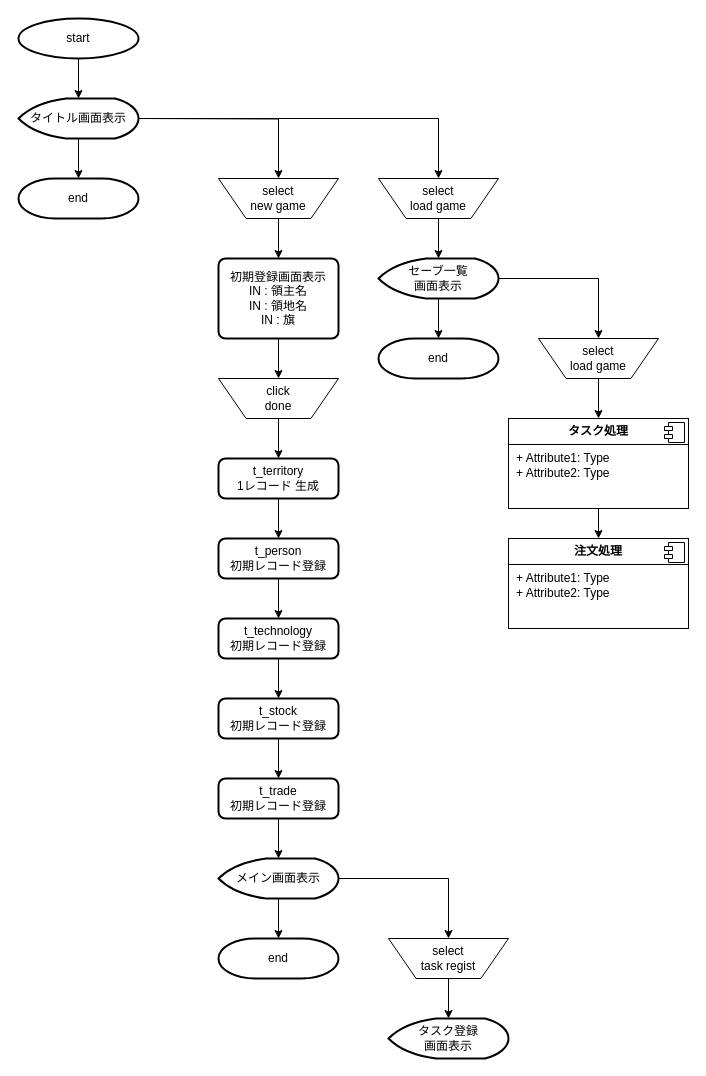
The draw.io diagram page "フローチャート" (2 of 4) of table.drawio in T-Miyaoka/geeklog, before the edit. Source tidied: cells renumbered, new cells numbered last; positions are measured from the earlier drawing's top-left corner, leaving out a move shared by most shapes. Both pictures are drawn from the tidied source at 100%, with x=0, y=0 at pixel (18, 18).
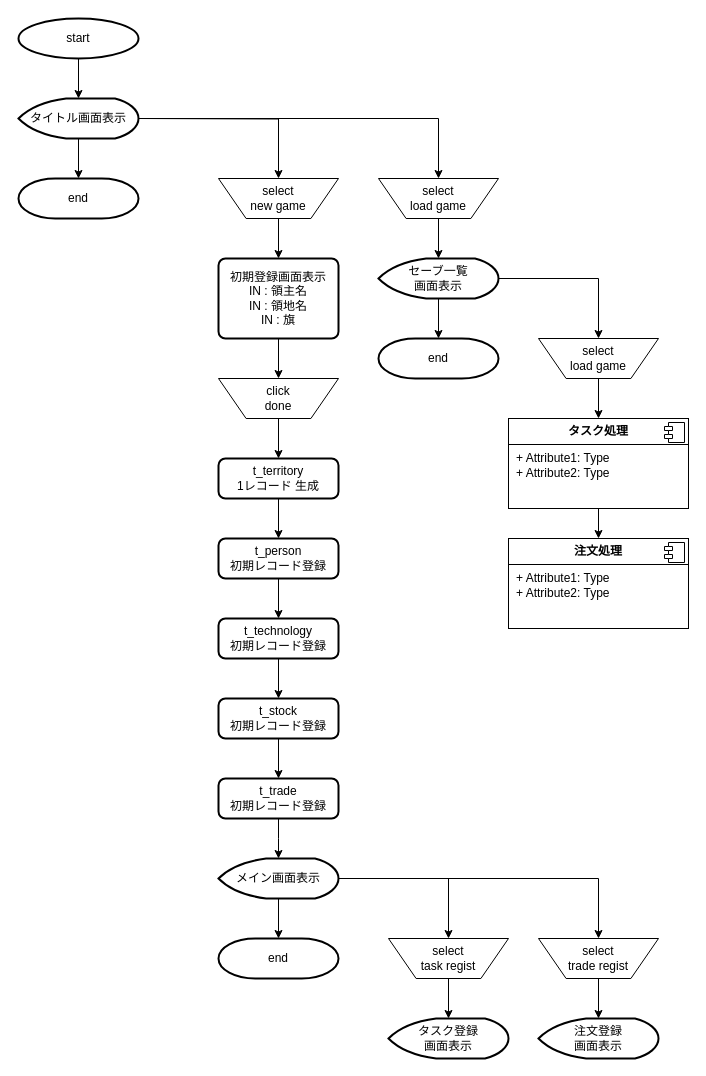
The same diagram, later.

Unchanged cells that the change refers to:
```xml
<mxCell id="41" value="&lt;span style=&quot;text-wrap: nowrap;&quot;&gt;メイン画面表示&lt;/span&gt;" style="strokeWidth=2;html=1;shape=mxgraph.flowchart.display;whiteSpace=wrap;" parent="1" vertex="1">
  <mxGeometry x="200" y="840" width="120" height="40" as="geometry" />
</mxCell>
```

The edit, as a diff of the source:
```diff
@@
+    <mxCell id="45" style="edgeStyle=orthogonalEdgeStyle;rounded=0;jettySize=auto;html=1;" parent="1" edge="1" source="41" target="46">
+      <mxGeometry relative="1" as="geometry" />
+    </mxCell>
@@
+    <mxCell id="46" value="&lt;div&gt;select&lt;/div&gt;&lt;div&gt;trade regist&lt;/div&gt;&lt;div&gt;&lt;/div&gt;&lt;div&gt;&lt;/div&gt;" style="verticalLabelPosition=middle;verticalAlign=middle;html=1;shape=trapezoid;perimeter=trapezoidPerimeter;whiteSpace=wrap;size=0.23;arcSize=10;flipV=1;labelPosition=center;align=center;" parent="1" vertex="1">
+      <mxGeometry x="520" y="920" width="120" height="40" as="geometry" />
+    </mxCell>
+    <mxCell id="47" value="&lt;span style=&quot;text-wrap: nowrap;&quot;&gt;注文登録&lt;/span&gt;&lt;div&gt;&lt;span style=&quot;text-wrap: nowrap;&quot;&gt;画面表示&lt;/span&gt;&lt;/div&gt;" style="strokeWidth=2;html=1;shape=mxgraph.flowchart.display;whiteSpace=wrap;" parent="1" vertex="1">
+      <mxGeometry x="520" y="1000" width="120" height="40" as="geometry" />
+    </mxCell>
+    <mxCell id="48" style="edgeStyle=orthogonalEdgeStyle;rounded=0;jettySize=auto;html=1;entryX=0.5;entryY=0;entryDx=0;entryDy=0;entryPerimeter=0;" parent="1" edge="1" source="46" target="47">
+      <mxGeometry relative="1" as="geometry" />
+    </mxCell>
```
